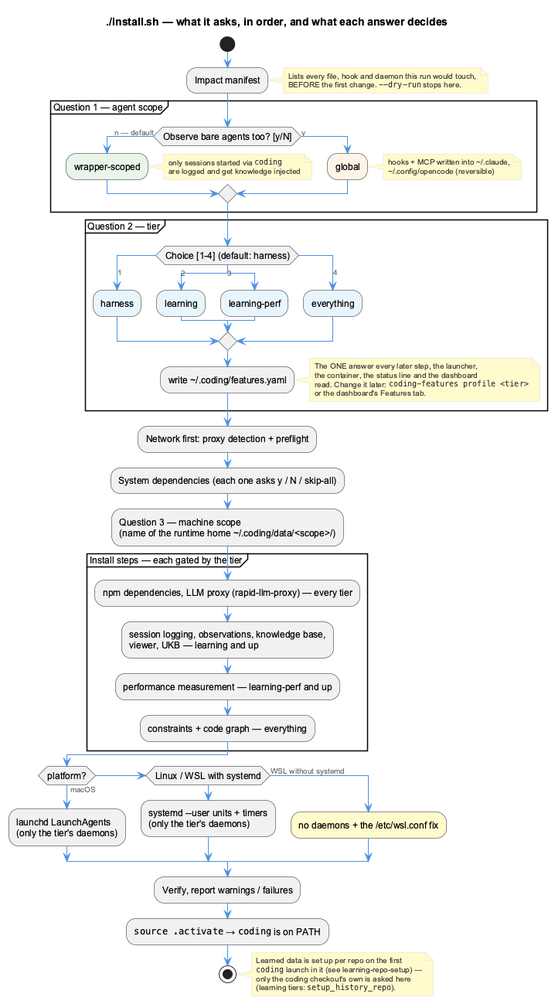
Above: docs/images/installation-flow.png in fwornle/coding (PlantUML), before the change.
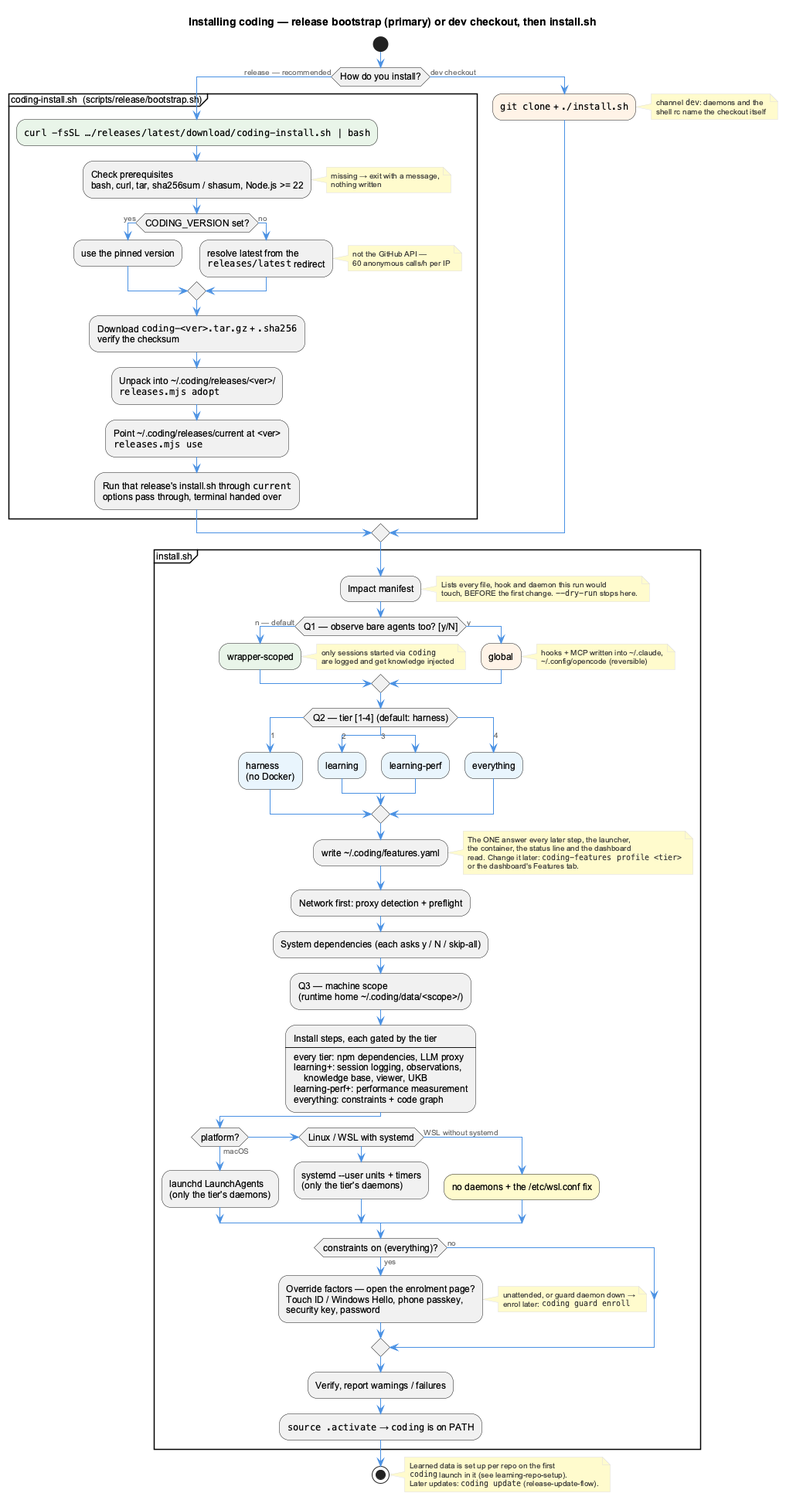
The same file after the commit.

Diff of the diagram source:
```diff
@@ -1,30 +1,53 @@
 @startuml installation-flow
 !include _standard-style.puml
 
-title ./install.sh — what it asks, in order, and what each answer decides
+title Installing coding — release bootstrap (primary) or dev checkout, then install.sh
 
 start
 
-:Impact manifest;
-note right
-  Lists every file, hook and daemon this run would touch,
-  BEFORE the first change. ""--dry-run"" stops here.
-end note
+if (How do you install?) then (release — recommended)
+  partition "coding-install.sh  (scripts/release/bootstrap.sh)" {
+    #E8F5E8:""curl -fsSL …/releases/latest/download/coding-install.sh | bash"";
+    :Check prerequisites
+    bash, curl, tar, sha256sum / shasum, Node.js >= 22;
+    note right: missing → exit with a message,\nnothing written
+    if (CODING_VERSION set?) then (yes)
+      :use the pinned version;
+    else (no)
+      :resolve latest from the
+      ""releases/latest"" redirect;
+      note right: not the GitHub API —\n60 anonymous calls/h per IP
+    endif
+    :Download ""coding-<ver>.tar.gz"" + "".sha256""
+    verify the checksum;
+    :Unpack into &#126;/.coding/releases/<ver>/\n""releases.mjs adopt"";
+    :Point &#126;/.coding/releases/current at <ver>\n""releases.mjs use"";
+    :Run that release's install.sh through ""current""\noptions pass through, terminal handed over;
+  }
+else (dev checkout)
+  #FFF2E6:""git clone"" + ""./install.sh"";
+  note right: channel ""dev"": daemons and the\nshell rc name the checkout itself
+endif
 
-partition "Question 1 — agent scope" {
-  if (Observe bare agents too? [y/N]) then (n — default)
+partition "install.sh" {
+  :Impact manifest;
+  note right
+    Lists every file, hook and daemon this run would
+    touch, BEFORE the first change. ""--dry-run"" stops here.
+  end note
+
+  if (Q1 — observe bare agents too? [y/N]) then (n — default)
     #E8F5E8:wrapper-scoped;
     note right: only sessions started via ""coding""\nare logged and get knowledge injected
   else (y)
     #FFF2E6:global;
     note right: hooks + MCP written into &#126;/.claude,\n&#126;/.config/opencode (reversible)
   endif
-}
 
-partition "Question 2 — tier" {
-  switch (Choice [1-4] (default: harness))
+  switch (Q2 — tier [1-4] (default: harness))
   case (1)
-    #E8F4FD:harness;
+    #E8F4FD:harness
+    (no Docker);
   case (2)
     #E8F4FD:learning;
   case (3)
@@ -39,37 +62,48 @@
     read. Change it later: ""coding-features profile <tier>""
     or the dashboard's Features tab.
   end note
+
+  :Network first: proxy detection + preflight;
+  :System dependencies (each asks y / N / skip-all);
+  :Q3 — machine scope
+  (runtime home &#126;/.coding/data/<scope>/);
+
+  :Install steps, each gated by the tier
+  ----
+  every tier: npm dependencies, LLM proxy
+  learning+: session logging, observations,
+      knowledge base, viewer, UKB
+  learning-perf+: performance measurement
+  everything: constraints + code graph;
+
+  if (platform?) then (macOS)
+    :launchd LaunchAgents
+    (only the tier's daemons);
+  elseif (Linux / WSL with systemd) then
+    :systemd --user units + timers
+    (only the tier's daemons);
+  else (WSL without systemd)
+    #FFFACD:no daemons + the /etc/wsl.conf fix;
+  endif
+
+  if (constraints on (everything)?) then (yes)
+    :Override factors — open the enrolment page?
+    Touch ID / Windows Hello, phone passkey,
+    security key, password;
+    note right: unattended, or guard daemon down →\nenrol later: ""coding guard enroll""
+  else (no)
+  endif
+
+  :Verify, report warnings / failures;
+  :""source .activate"" → ""coding"" is on PATH;
 }
-
-:Network first: proxy detection + preflight;
-:System dependencies (each one asks y / N / skip-all);
-:Question 3 — machine scope\n(name of the runtime home &#126;/.coding/data/<scope>/);
-
-partition "Install steps — each gated by the tier" {
-  :npm dependencies, LLM proxy (rapid-llm-proxy) — every tier;
-  :session logging, observations, knowledge base,\nviewer, UKB — learning and up;
-  :performance measurement — learning-perf and up;
-  :constraints + code graph — everything;
-}
-
-if (platform?) then (macOS)
-  :launchd LaunchAgents\n(only the tier's daemons);
-elseif (Linux / WSL with systemd) then
-  :systemd --user units + timers\n(only the tier's daemons);
-else (WSL without systemd)
-  #FFFACD:no daemons + the /etc/wsl.conf fix;
-endif
-
-:Verify, report warnings / failures;
-:""source .activate"" → ""coding"" is on PATH;
 
 stop
 
 note right
   Learned data is set up per repo on the first
-  ""coding"" launch in it (see learning-repo-setup) —
-  only the coding checkout's own is asked here
-  (learning tiers: ""setup_history_repo"").
+  ""coding"" launch in it (see learning-repo-setup).
+  Later updates: ""coding update"" (release-update-flow).
 end note
 
 @enduml
```
